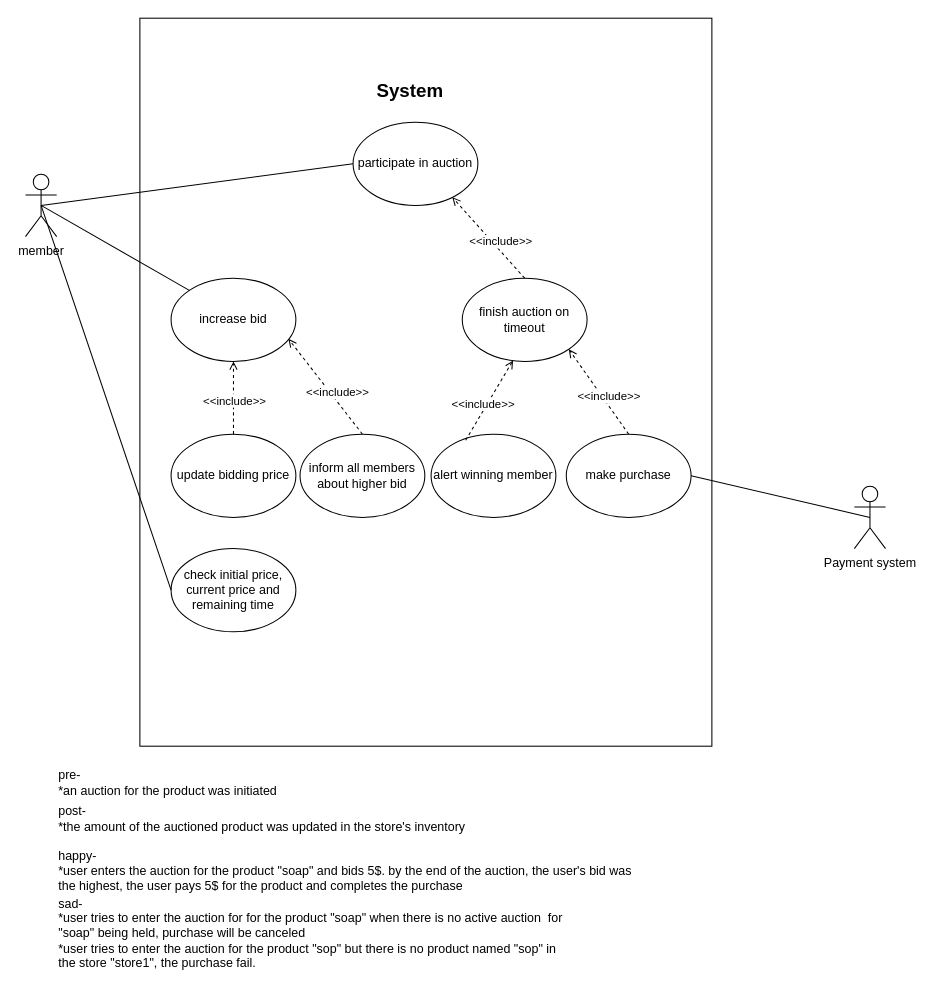
Before: page "auction purchase" (4 of 5) of use cases/use case 2.9.drawio in LevyIfta/Team-19B-Project, a draw.io diagram. Source tidied: cells renumbered, new cells numbered last; positions are measured from the earlier drawing's top-left corner, leaving out a move shared by most shapes. Both pictures are drawn from the tidied source at 104%, with x=0, y=0 at pixel (25, 18).
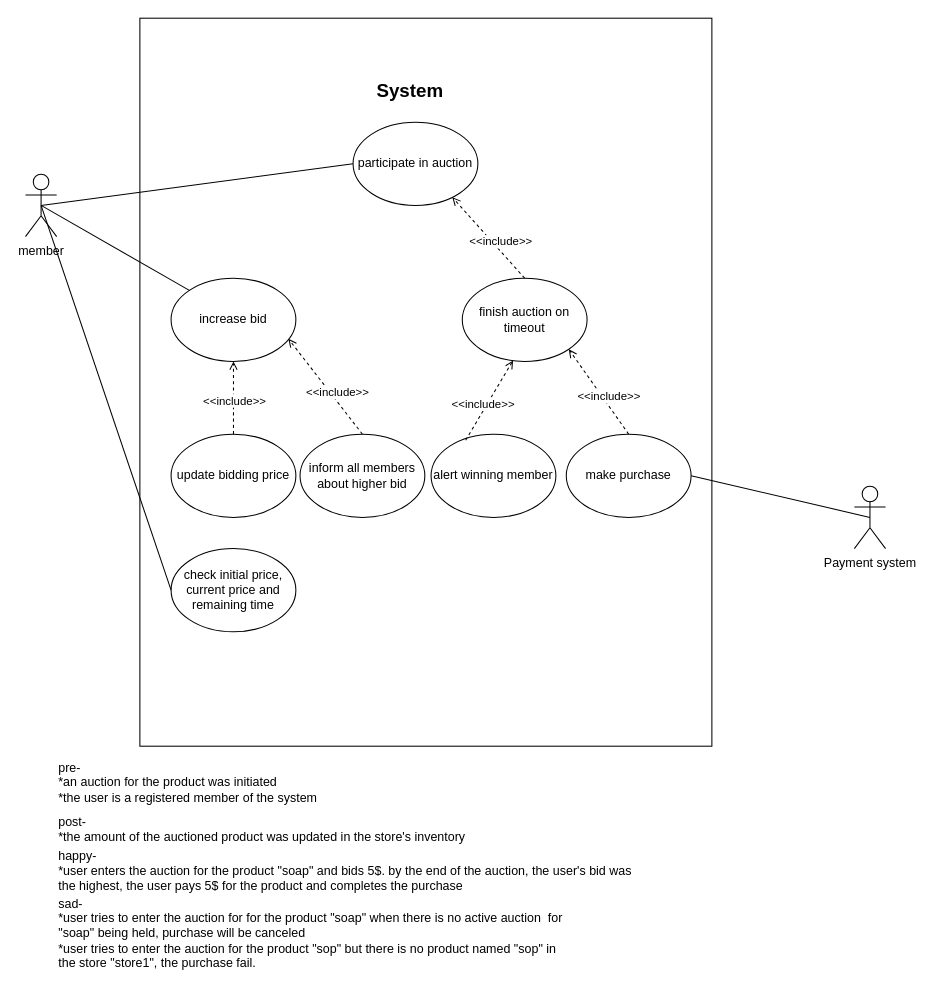
Above is the later version.

The edit, as a diff of the source:
```diff
@@
-    <mxCell id="28" value="pre-&lt;br&gt;*an auction for the product was initiated&amp;nbsp;" style="text;html=1;align=left;verticalAlign=middle;strokeColor=none;" parent="1" vertex="1">
-      <mxGeometry x="30" y="720" width="230" height="30" as="geometry" />
+    <mxCell id="28" value="pre-&lt;br&gt;*an auction for the product was initiated&amp;nbsp;&lt;br&gt;*the user is a registered member of the system" style="text;html=1;align=left;verticalAlign=middle;strokeColor=none;" parent="1" vertex="1">
+      <mxGeometry x="30" y="710" width="260" height="50" as="geometry" />
     </mxCell>
     <mxCell id="29" value="post-&lt;br&gt;*the amount of the auctioned product was updated in the store's inventory" style="text;html=1;strokeColor=none;fillColor=none;align=left;verticalAlign=middle;whiteSpace=wrap;rounded=0;" parent="1" vertex="1">
-      <mxGeometry x="30" y="760" width="570" height="20" as="geometry" />
+      <mxGeometry x="30" y="770" width="570" height="20" as="geometry" />
     </mxCell>
```
